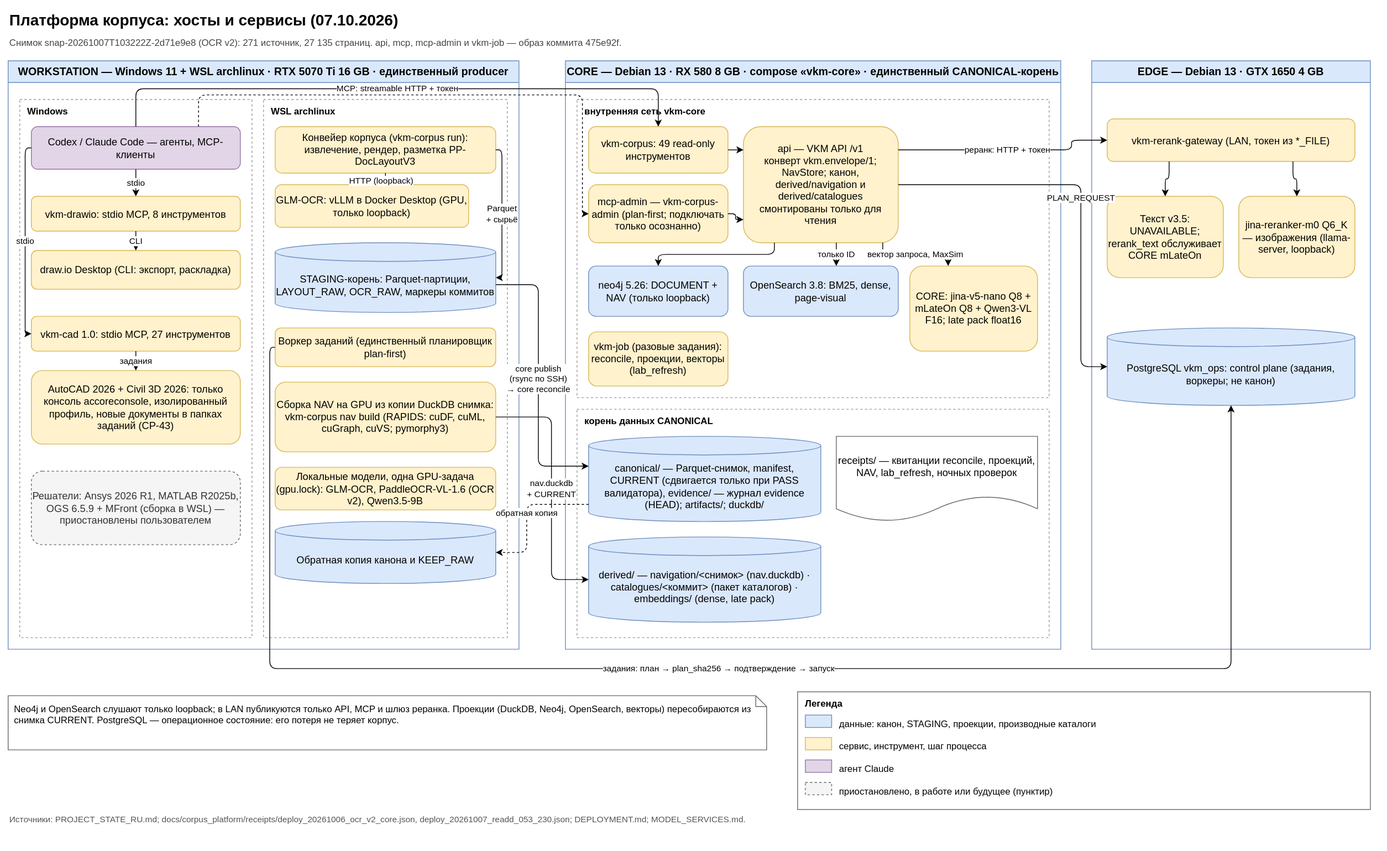
SUKUNA-AI/vkm-subsidence-forecasting keeps this draw.io diagram as docs/diagrams/platform_hosts.svg. Above is the earlier version. Source tidied: cells renumbered, new cells last; positions are measured from the earlier drawing's top-left corner, leaving out a move shared by most shapes.
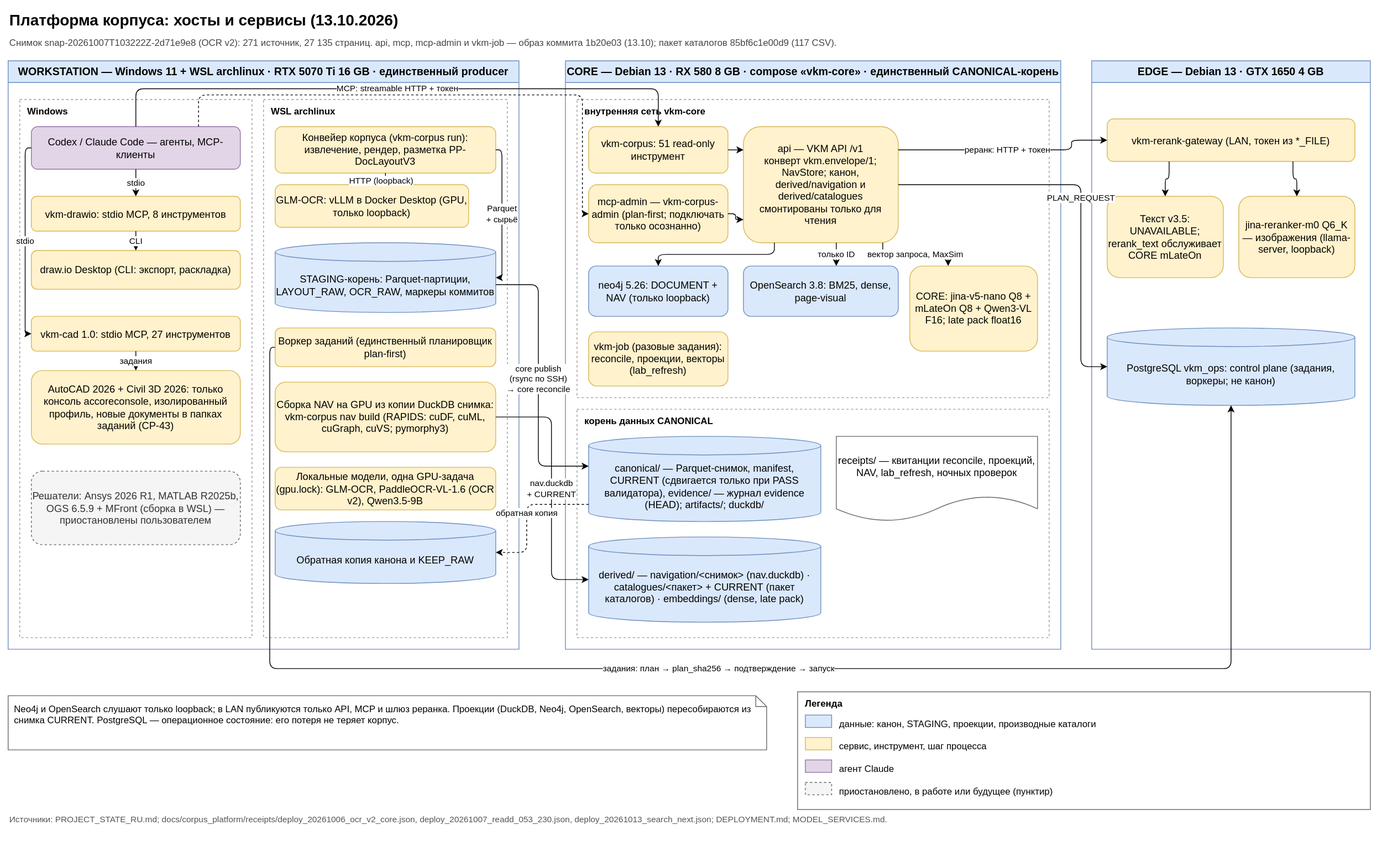
The same file after the commit.

Change to the diagram source:
```diff
@@ -2,10 +2,10 @@
   <root>
     <mxCell id="0" />
     <mxCell id="1" parent="0" />
-    <mxCell id="2" value="Платформа корпуса: хосты и сервисы (07.10.2026)" style="text;align=left;fontSize=20;fontStyle=1;html=1;verticalAlign=middle;whiteSpace=wrap;" parent="1" vertex="1">
+    <mxCell id="2" value="Платформа корпуса: хосты и сервисы (13.10.2026)" style="text;align=left;fontSize=20;fontStyle=1;html=1;verticalAlign=middle;whiteSpace=wrap;" parent="1" vertex="1">
       <mxGeometry width="1760" height="30" as="geometry" />
     </mxCell>
-    <mxCell id="3" value="Снимок snap-20261007T103222Z-2d71e9e8 (OCR v2): 271 источник, 27 135 страниц. api, mcp, mcp-admin и vkm-job — образ коммита 475e92f." style="text;align=left;fontColor=#444444;fontSize=12;html=1;verticalAlign=middle;whiteSpace=wrap;" parent="1" vertex="1">
+    <mxCell id="3" value="Снимок snap-20261007T103222Z-2d71e9e8 (OCR v2): 271 источник, 27 135 страниц. api, mcp, mcp-admin и vkm-job — образ коммита 1b20e03 (13.10); пакет каталогов 85bf6c1e00d9 (117 CSV)." style="text;align=left;fontColor=#444444;fontSize=12;html=1;verticalAlign=middle;whiteSpace=wrap;" parent="1" vertex="1">
       <mxGeometry y="32" width="1760" height="25" as="geometry" />
     </mxCell>
     <mxCell id="4" value="WORKSTATION — Windows 11 + WSL archlinux · RTX 5070 Ti 16 GB · единственный producer" style="swimlane;fillColor=#dae8fc;fontSize=14;fontStyle=1;html=1;rounded=0;startSize=28;strokeColor=#6c8ebf;swimlaneFillColor=#ffffff;whiteSpace=wrap;" parent="1" vertex="1">
@@ -62,7 +62,7 @@
     <mxCell id="21" value="внутренняя сеть vkm-core" style="align=left;dashed=1;fillColor=none;fontSize=12;fontStyle=1;html=1;rounded=0;spacingLeft=8;spacingTop=2;strokeColor=#999999;verticalAlign=top;whiteSpace=wrap;" parent="20" vertex="1">
       <mxGeometry x="15" y="50" width="610" height="385" as="geometry" />
     </mxCell>
-    <mxCell id="22" value="vkm-corpus: 49 read-only инструментов" style="fillColor=#fff2cc;fontSize=13;html=1;rounded=1;strokeColor=#d6b656;whiteSpace=wrap;" parent="21" vertex="1">
+    <mxCell id="22" value="vkm-corpus: 51 read-only инструмент" style="fillColor=#fff2cc;fontSize=13;html=1;rounded=1;strokeColor=#d6b656;whiteSpace=wrap;" parent="21" vertex="1">
       <mxGeometry x="15" y="35" width="180" height="60" as="geometry" />
     </mxCell>
     <mxCell id="23" value="mcp-admin — vkm-corpus-admin (plan-first; подключать только осознанно)" style="fillColor=#fff2cc;fontSize=13;html=1;rounded=1;strokeColor=#d6b656;whiteSpace=wrap;" parent="21" vertex="1">
@@ -89,7 +89,7 @@
     <mxCell id="30" value="canonical/ — Parquet-снимок, manifest, CURRENT (сдвигается только при PASS валидатора), evidence/ — журнал evidence (HEAD); artifacts/; duckdb/" style="backgroundOutline=1;boundedLbl=1;fillColor=#dae8fc;fontSize=13;html=1;shape=cylinder3;size=12;strokeColor=#6c8ebf;whiteSpace=wrap;" parent="29" vertex="1">
       <mxGeometry x="15" y="35" width="300" height="110" as="geometry" />
     </mxCell>
-    <mxCell id="31" value="derived/ — navigation/&amp;lt;снимок&amp;gt; (nav.duckdb) · catalogues/&amp;lt;коммит&amp;gt; (пакет каталогов) · embeddings/ (dense, late pack)" style="backgroundOutline=1;boundedLbl=1;fillColor=#dae8fc;fontSize=13;html=1;shape=cylinder3;size=12;strokeColor=#6c8ebf;whiteSpace=wrap;" parent="29" vertex="1">
+    <mxCell id="31" value="derived/ — navigation/&amp;lt;снимок&amp;gt; (nav.duckdb) · catalogues/&amp;lt;пакет&amp;gt; + CURRENT (пакет каталогов) · embeddings/ (dense, late pack)" style="backgroundOutline=1;boundedLbl=1;fillColor=#dae8fc;fontSize=13;html=1;shape=cylinder3;size=12;strokeColor=#6c8ebf;whiteSpace=wrap;" parent="29" vertex="1">
       <mxGeometry x="15" y="165" width="300" height="110" as="geometry" />
     </mxCell>
     <mxCell id="32" value="receipts/ — квитанции reconcile, проекций, NAV, lab_refresh, ночных проверок" style="boundedLbl=1;fillColor=#ffffff;fontSize=13;html=1;shape=document;strokeColor=#666666;whiteSpace=wrap;" parent="29" vertex="1">
@@ -140,7 +140,7 @@
     <mxCell id="47" value="приостановлено, в работе или будущее (пунктир)" style="text;align=left;fontSize=12;html=1;verticalAlign=top;whiteSpace=wrap;" parent="39" vertex="1">
       <mxGeometry x="52" y="115" width="680" height="25" as="geometry" />
     </mxCell>
-    <mxCell id="48" value="Источники: PROJECT_STATE_RU.md; docs/corpus_platform/receipts/deploy_20261006_ocr_v2_core.json, deploy_20261007_readd_053_230.json; DEPLOYMENT.md; MODEL_SERVICES.md." style="text;align=left;fontColor=#555555;fontSize=11;html=1;verticalAlign=middle;whiteSpace=wrap;" parent="1" vertex="1">
+    <mxCell id="48" value="Источники: PROJECT_STATE_RU.md; docs/corpus_platform/receipts/deploy_20261006_ocr_v2_core.json, deploy_20261007_readd_053_230.json, deploy_20261013_search_next.json; DEPLOYMENT.md; MODEL_SERVICES.md." style="text;align=left;fontColor=#555555;fontSize=11;html=1;verticalAlign=middle;whiteSpace=wrap;" parent="1" vertex="1">
       <mxGeometry y="1028" width="1760" height="40" as="geometry" />
     </mxCell>
     <mxCell id="49" value="stdio" style="edgeStyle=orthogonalEdgeStyle;endArrow=classic;entryDx=0;entryDy=0;entryX=0.5;entryY=0;exitDx=0;exitDy=0;exitX=0.5;exitY=1;fontSize=11;html=1;labelBackgroundColor=#ffffff;rounded=1;" parent="1" edge="1" source="6" target="7">
```
